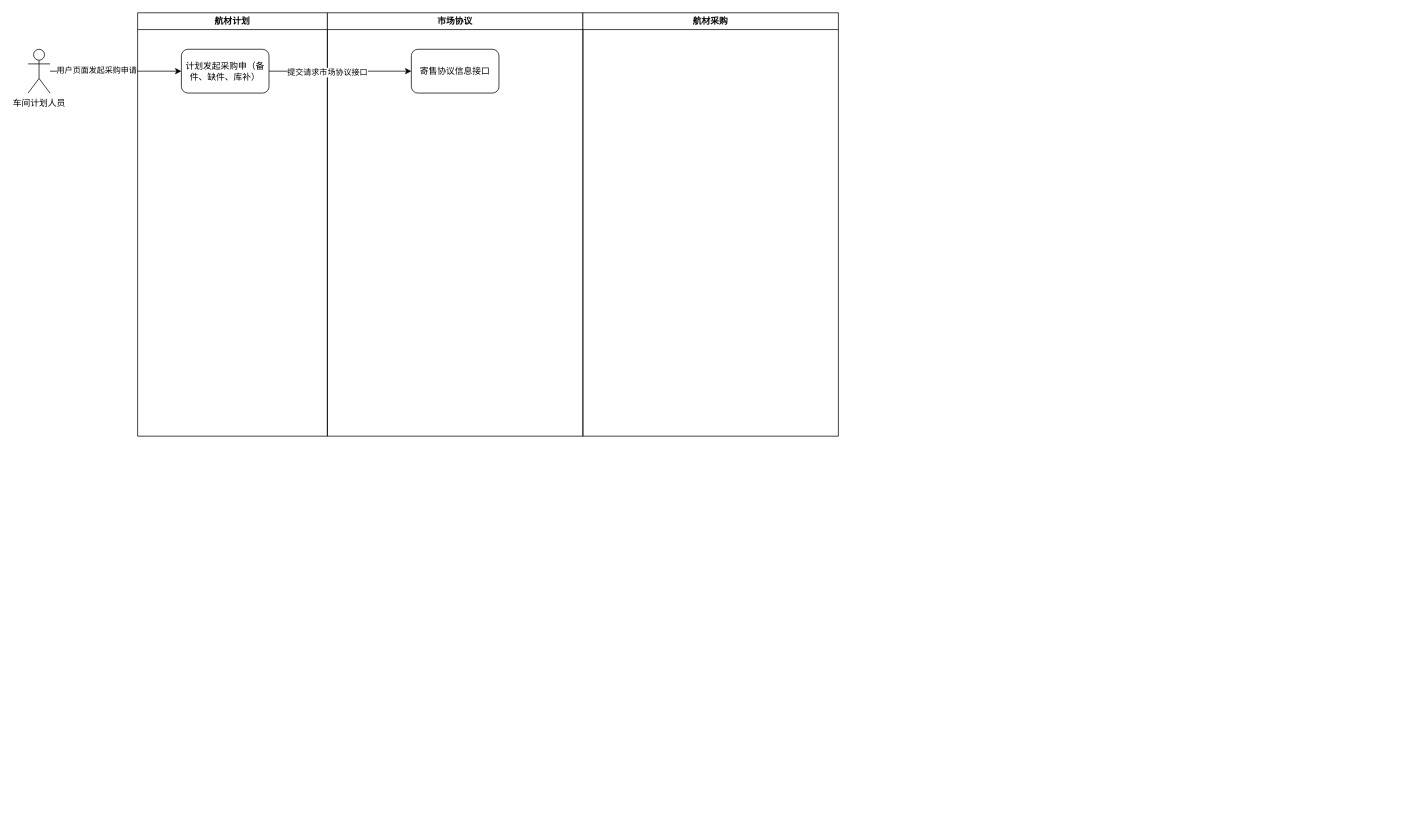
Before: 寄售提订时序图.drawio in chenqingfa8520/data-drawio, a draw.io diagram. Source tidied: cells renumbered, new cells numbered last; positions are measured from the earlier drawing's top-left corner, leaving out a move shared by most shapes. Both pictures are drawn from the tidied source at 73%, with x=0, y=0 at pixel (28, 12).
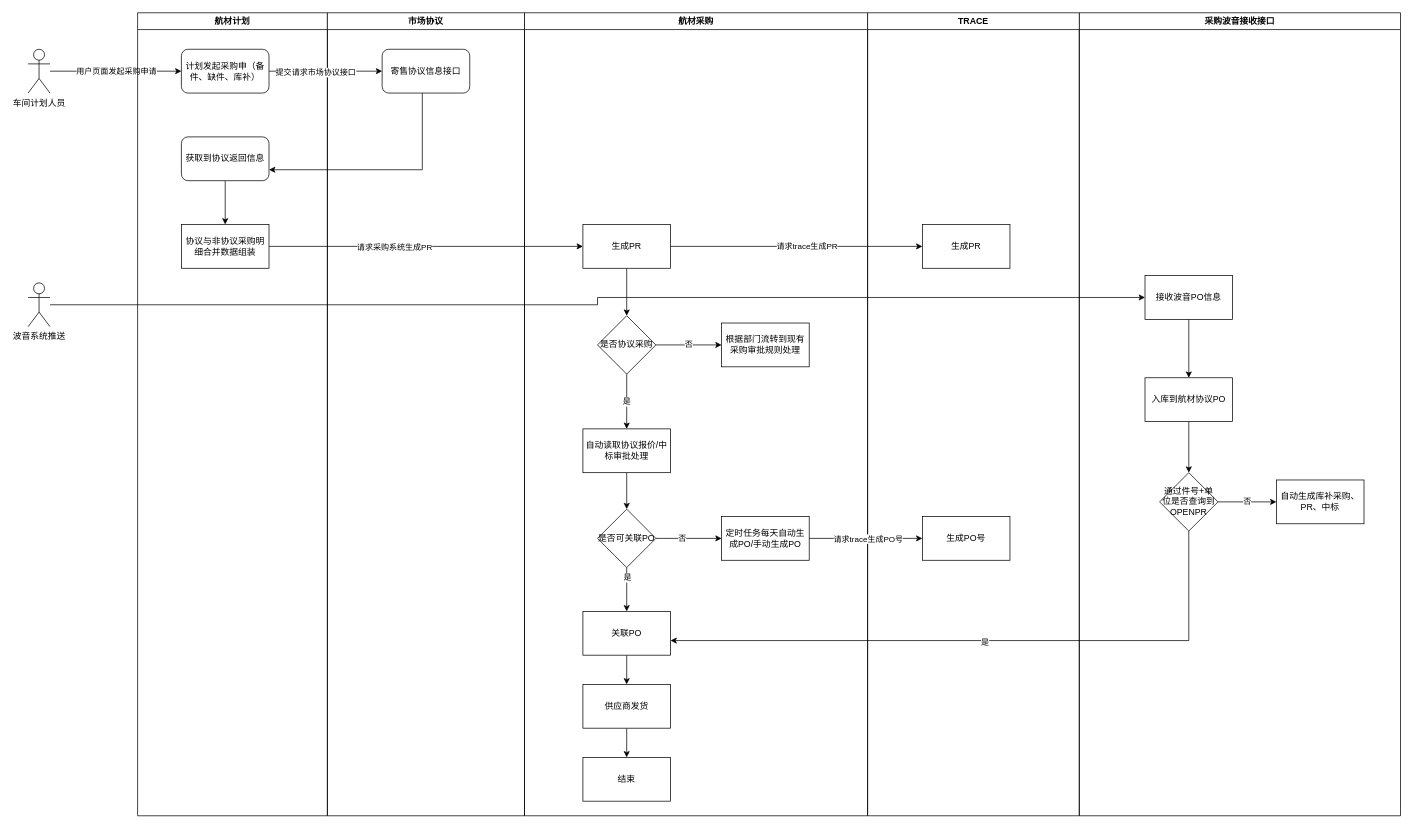
The same page after the edit.

Commit message (it also covers changes not shown here):
更新寄售提订时序图.drawio

The change refers to these unchanged cells:
```xml
<mxCell id="2" style="edgeStyle=orthogonalEdgeStyle;rounded=0;jettySize=auto;html=1;" parent="1" edge="1" source="4" target="6">
  <mxGeometry relative="1" as="geometry" />
</mxCell>
```

What changed in the source:
```diff
@@
     <mxCell id="3" value="用户页面发起采购申请" style="edgeLabel;html=1;align=center;verticalAlign=middle;" parent="2" vertex="1">
-      <mxGeometry x="-0.3" y="2" relative="1" as="geometry" />
+      <mxGeometry x="-0.3" y="2" relative="1" as="geometry">
+        <mxPoint x="27" y="2" as="offset" />
+      </mxGeometry>
     </mxCell>
@@
     <mxCell id="5" value="航材计划" style="swimlane;whiteSpace=wrap;html=1;" parent="1" vertex="1">
-      <mxGeometry x="150" width="260" height="580" as="geometry" />
+      <mxGeometry x="150" width="260" height="1100" as="geometry" />
     </mxCell>
@@
+    <mxCell id="12" style="edgeStyle=orthogonalEdgeStyle;rounded=0;jettySize=auto;html=1;" parent="5" edge="1" source="13" target="14">
+      <mxGeometry relative="1" as="geometry" />
+    </mxCell>
+    <mxCell id="13" value="获取到协议返回信息" style="rounded=1;whiteSpace=wrap;html=1;" parent="5" vertex="1">
+      <mxGeometry x="60" y="170" width="120" height="60" as="geometry" />
+    </mxCell>
+    <mxCell id="14" value="协议与非协议采购明细合并数据组装" style="rounded=0;whiteSpace=wrap;html=1;" parent="5" vertex="1">
+      <mxGeometry x="60" y="290" width="120" height="60" as="geometry" />
+    </mxCell>
     <mxCell id="7" value="市场协议" style="swimlane;whiteSpace=wrap;html=1;" parent="1" vertex="1">
-      <mxGeometry x="410" width="350" height="580" as="geometry" />
+      <mxGeometry x="410" width="270" height="1100" as="geometry" />
     </mxCell>
     <mxCell id="8" value="寄售协议信息接口" style="rounded=1;whiteSpace=wrap;html=1;" parent="7" vertex="1">
-      <mxGeometry x="115" y="50" width="120" height="60" as="geometry" />
+      <mxGeometry x="75" y="50" width="120" height="60" as="geometry" />
     </mxCell>
     <mxCell id="9" value="航材采购" style="swimlane;whiteSpace=wrap;html=1;" parent="1" vertex="1">
-      <mxGeometry x="760" width="350" height="580" as="geometry" />
+      <mxGeometry x="680" width="470" height="1100" as="geometry" />
     </mxCell>
+    <mxCell id="15" style="edgeStyle=orthogonalEdgeStyle;rounded=0;jettySize=auto;html=1;entryX=0.5;entryY=0;entryDx=0;entryDy=0;" parent="9" edge="1" source="16" target="18">
+      <mxGeometry relative="1" as="geometry" />
+    </mxCell>
+    <mxCell id="16" value="生成PR" style="rounded=0;whiteSpace=wrap;html=1;" parent="9" vertex="1">
+      <mxGeometry x="80" y="290" width="120" height="60" as="geometry" />
+    </mxCell>
+    <mxCell id="17" value="否" style="edgeStyle=orthogonalEdgeStyle;rounded=0;jettySize=auto;html=1;" parent="9" edge="1" source="18" target="22">
+      <mxGeometry relative="1" as="geometry" />
+    </mxCell>
+    <mxCell id="18" value="是否协议采购" style="rhombus;whiteSpace=wrap;html=1;" parent="9" vertex="1">
+      <mxGeometry x="100" y="415" width="80" height="80" as="geometry" />
+    </mxCell>
+    <mxCell id="19" style="edgeStyle=orthogonalEdgeStyle;rounded=0;jettySize=auto;html=1;" parent="9" edge="1" source="20" target="27">
+      <mxGeometry relative="1" as="geometry" />
+    </mxCell>
+    <mxCell id="20" value="自动读取协议报价/中标审批处理" style="rounded=0;whiteSpace=wrap;html=1;" parent="9" vertex="1">
+      <mxGeometry x="80" y="570" width="120" height="60" as="geometry" />
+    </mxCell>
+    <mxCell id="21" value="是" style="edgeStyle=orthogonalEdgeStyle;rounded=0;jettySize=auto;html=1;" parent="9" edge="1" source="18" target="20">
+      <mxGeometry relative="1" as="geometry" />
+    </mxCell>
+    <mxCell id="22" value="根据部门流转到现有采购审批规则处理" style="rounded=0;whiteSpace=wrap;html=1;" parent="9" vertex="1">
+      <mxGeometry x="270" y="425" width="120" height="60" as="geometry" />
+    </mxCell>
+    <mxCell id="23" style="edgeStyle=orthogonalEdgeStyle;rounded=0;jettySize=auto;html=1;" parent="9" edge="1" source="27" target="29">
+      <mxGeometry relative="1" as="geometry" />
+    </mxCell>
+    <mxCell id="24" value="是" style="edgeLabel;html=1;align=center;verticalAlign=middle;" parent="23" vertex="1">
+      <mxGeometry x="-0.56" relative="1" as="geometry" />
+    </mxCell>
+    <mxCell id="25" style="edgeStyle=orthogonalEdgeStyle;rounded=0;jettySize=auto;html=1;" parent="9" edge="1" source="27" target="30">
+      <mxGeometry relative="1" as="geometry" />
+    </mxCell>
+    <mxCell id="26" value="否" style="edgeLabel;html=1;align=center;verticalAlign=middle;" parent="25" vertex="1">
+      <mxGeometry x="-0.22" y="1" relative="1" as="geometry" />
+    </mxCell>
+    <mxCell id="27" value="是否可关联PO" style="rhombus;whiteSpace=wrap;html=1;" parent="9" vertex="1">
+      <mxGeometry x="100" y="680" width="80" height="80" as="geometry" />
+    </mxCell>
+    <mxCell id="28" style="edgeStyle=orthogonalEdgeStyle;rounded=0;jettySize=auto;html=1;" parent="9" edge="1" source="29" target="32">
+      <mxGeometry relative="1" as="geometry" />
+    </mxCell>
+    <mxCell id="29" value="关联PO" style="rounded=0;whiteSpace=wrap;html=1;" parent="9" vertex="1">
+      <mxGeometry x="80" y="820" width="120" height="60" as="geometry" />
+    </mxCell>
+    <mxCell id="30" value="定时任务每天自动生成PO/手动生成PO" style="rounded=0;whiteSpace=wrap;html=1;" parent="9" vertex="1">
+      <mxGeometry x="270" y="690" width="120" height="60" as="geometry" />
+    </mxCell>
+    <mxCell id="31" style="edgeStyle=orthogonalEdgeStyle;rounded=0;jettySize=auto;html=1;" parent="9" edge="1" source="32" target="33">
+      <mxGeometry relative="1" as="geometry" />
+    </mxCell>
+    <mxCell id="32" value="供应商发货" style="rounded=0;whiteSpace=wrap;html=1;" parent="9" vertex="1">
+      <mxGeometry x="80" y="920" width="120" height="60" as="geometry" />
+    </mxCell>
+    <mxCell id="33" value="结束" style="rounded=0;whiteSpace=wrap;html=1;" parent="9" vertex="1">
+      <mxGeometry x="80" y="1020" width="120" height="60" as="geometry" />
+    </mxCell>
@@
+    <mxCell id="34" style="edgeStyle=orthogonalEdgeStyle;rounded=0;jettySize=auto;html=1;entryX=1;entryY=0.75;entryDx=0;entryDy=0;" parent="1" edge="1" source="8" target="13">
+      <mxGeometry relative="1" as="geometry">
+        <Array as="points">
+          <mxPoint x="540" y="215" />
+        </Array>
+      </mxGeometry>
+    </mxCell>
+    <mxCell id="35" style="edgeStyle=orthogonalEdgeStyle;rounded=0;jettySize=auto;html=1;" parent="1" edge="1" source="14" target="16">
+      <mxGeometry relative="1" as="geometry" />
+    </mxCell>
+    <mxCell id="36" value="请求采购系统生成PR" style="edgeLabel;html=1;align=center;verticalAlign=middle;" parent="35" vertex="1">
+      <mxGeometry x="-0.36" relative="1" as="geometry">
+        <mxPoint x="33" as="offset" />
+      </mxGeometry>
+    </mxCell>
+    <mxCell id="37" style="edgeStyle=orthogonalEdgeStyle;rounded=0;jettySize=auto;html=1;" parent="1" edge="1" source="16" target="48">
+      <mxGeometry relative="1" as="geometry" />
+    </mxCell>
+    <mxCell id="38" value="请求trace生成PR" style="edgeLabel;html=1;align=center;verticalAlign=middle;" parent="37" vertex="1">
+      <mxGeometry x="0.08" y="1" relative="1" as="geometry" />
+    </mxCell>
+    <mxCell id="39" value="采购波音接收接口" style="swimlane;whiteSpace=wrap;html=1;" parent="1" vertex="1">
+      <mxGeometry x="1440" width="440" height="1100" as="geometry" />
+    </mxCell>
+    <mxCell id="40" style="edgeStyle=orthogonalEdgeStyle;rounded=0;jettySize=auto;html=1;" parent="39" edge="1" source="41" target="43">
+      <mxGeometry relative="1" as="geometry" />
+    </mxCell>
+    <mxCell id="41" value="接收波音PO信息" style="rounded=0;whiteSpace=wrap;html=1;" parent="39" vertex="1">
+      <mxGeometry x="90" y="360" width="120" height="60" as="geometry" />
+    </mxCell>
+    <mxCell id="42" style="edgeStyle=orthogonalEdgeStyle;rounded=0;jettySize=auto;html=1;" parent="39" edge="1" source="43" target="45">
+      <mxGeometry relative="1" as="geometry" />
+    </mxCell>
+    <mxCell id="43" value="入库到航材协议PO" style="rounded=0;whiteSpace=wrap;html=1;" parent="39" vertex="1">
+      <mxGeometry x="90" y="500" width="120" height="60" as="geometry" />
+    </mxCell>
+    <mxCell id="44" value="否" style="edgeStyle=orthogonalEdgeStyle;rounded=0;jettySize=auto;html=1;entryX=0;entryY=0.5;entryDx=0;entryDy=0;" parent="39" edge="1" source="45" target="46">
+      <mxGeometry relative="1" as="geometry" />
+    </mxCell>
+    <mxCell id="45" value="通过件号+单位是否查询到OPENPR" style="rhombus;whiteSpace=wrap;html=1;rounded=0;" parent="39" vertex="1">
+      <mxGeometry x="110" y="630" width="80" height="80" as="geometry" />
+    </mxCell>
+    <mxCell id="46" value="自动生成库补采购、PR、中标" style="rounded=0;whiteSpace=wrap;html=1;" parent="39" vertex="1">
+      <mxGeometry x="270" y="640" width="120" height="60" as="geometry" />
+    </mxCell>
+    <mxCell id="47" value="TRACE" style="swimlane;whiteSpace=wrap;html=1;" parent="1" vertex="1">
+      <mxGeometry x="1150" width="290" height="1100" as="geometry" />
+    </mxCell>
+    <mxCell id="48" value="生成PR" style="rounded=0;whiteSpace=wrap;html=1;" parent="47" vertex="1">
+      <mxGeometry x="75" y="290" width="120" height="60" as="geometry" />
+    </mxCell>
+    <mxCell id="49" value="生成PO号" style="rounded=0;whiteSpace=wrap;html=1;" parent="47" vertex="1">
+      <mxGeometry x="75" y="690" width="120" height="60" as="geometry" />
+    </mxCell>
+    <mxCell id="50" style="edgeStyle=orthogonalEdgeStyle;rounded=0;jettySize=auto;html=1;" parent="1" edge="1" source="30" target="49">
+      <mxGeometry relative="1" as="geometry" />
+    </mxCell>
+    <mxCell id="51" value="请求trace生成PO号" style="edgeLabel;html=1;align=center;verticalAlign=middle;" parent="50" vertex="1">
+      <mxGeometry x="-0.35" y="-3" relative="1" as="geometry">
+        <mxPoint x="30" y="-3" as="offset" />
+      </mxGeometry>
+    </mxCell>
+    <mxCell id="52" style="edgeStyle=orthogonalEdgeStyle;rounded=0;jettySize=auto;html=1;" parent="1" edge="1" source="45" target="29">
+      <mxGeometry relative="1" as="geometry">
+        <Array as="points">
+          <mxPoint x="1590" y="860" />
+        </Array>
+      </mxGeometry>
+    </mxCell>
+    <mxCell id="53" value="是" style="edgeLabel;html=1;align=center;verticalAlign=middle;" parent="52" vertex="1">
+      <mxGeometry y="1" relative="1" as="geometry" />
+    </mxCell>
+    <mxCell id="54" style="edgeStyle=orthogonalEdgeStyle;rounded=0;jettySize=auto;html=1;" parent="1" edge="1" source="55" target="41">
+      <mxGeometry relative="1" as="geometry" />
+    </mxCell>
+    <mxCell id="55" value="波音系统推送" style="shape=umlActor;verticalLabelPosition=bottom;verticalAlign=top;html=1;outlineConnect=0;" parent="1" vertex="1">
+      <mxGeometry y="370" width="30" height="60" as="geometry" />
+    </mxCell>
```
